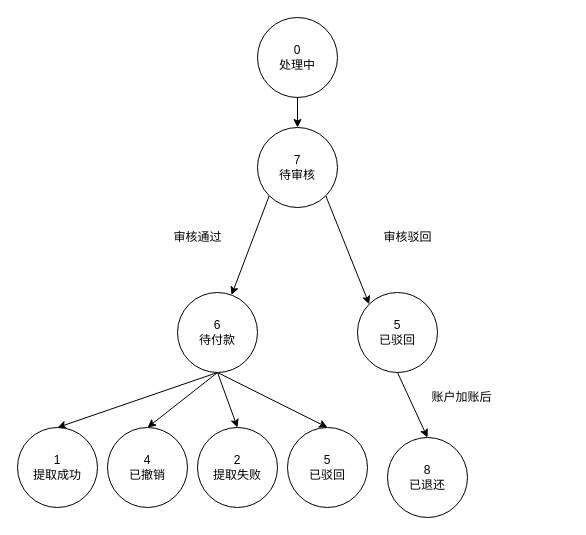
This is trade-deposit/提取单流转状态.drawio from erlieStar/diagrams, a draw.io file, before an edit. Source tidied: cells renumbered, new cells numbered last; positions are measured from the earlier drawing's top-left corner, leaving out a move shared by most shapes. Both pictures are drawn from the tidied source at 100%, with x=0, y=0 at pixel (17, 17).
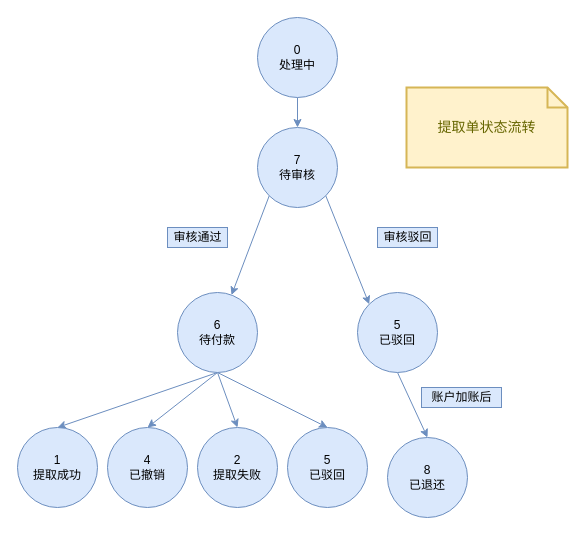
After the change.

Commit message (it also covers changes not shown here):
Update 提取单流转状态.drawio

Change to the diagram source:
```diff
@@
-    <mxCell id="2" style="edgeStyle=none;rounded=0;jettySize=auto;html=1;exitX=0.5;exitY=1;exitDx=0;exitDy=0;entryX=0.5;entryY=0;entryDx=0;entryDy=0;" parent="1" edge="1" source="3" target="6">
+    <mxCell id="2" style="edgeStyle=none;rounded=0;jettySize=auto;html=1;exitX=0.5;exitY=1;exitDx=0;exitDy=0;entryX=0.5;entryY=0;entryDx=0;entryDy=0;fillColor=#dae8fc;strokeColor=#6c8ebf;" parent="1" edge="1" source="3" target="6">
       <mxGeometry relative="1" as="geometry" />
     </mxCell>
-    <mxCell id="3" value="0&lt;br&gt;处理中" style="ellipse;whiteSpace=wrap;html=1;" parent="1" vertex="1">
+    <mxCell id="3" value="0&lt;br&gt;处理中" style="ellipse;whiteSpace=wrap;html=1;fillColor=#dae8fc;strokeColor=#6c8ebf;" parent="1" vertex="1">
       <mxGeometry x="240" width="80" height="80" as="geometry" />
     </mxCell>
-    <mxCell id="4" style="rounded=0;jettySize=auto;html=1;exitX=0;exitY=1;exitDx=0;exitDy=0;" parent="1" edge="1" source="6" target="11">
+    <mxCell id="4" style="rounded=0;jettySize=auto;html=1;exitX=0;exitY=1;exitDx=0;exitDy=0;fillColor=#dae8fc;strokeColor=#6c8ebf;" parent="1" edge="1" source="6" target="11">
       <mxGeometry relative="1" as="geometry" />
     </mxCell>
-    <mxCell id="5" style="edgeStyle=none;rounded=0;jettySize=auto;html=1;exitX=1;exitY=1;exitDx=0;exitDy=0;entryX=0;entryY=0;entryDx=0;entryDy=0;" parent="1" edge="1" source="6" target="14">
+    <mxCell id="5" style="edgeStyle=none;rounded=0;jettySize=auto;html=1;exitX=1;exitY=1;exitDx=0;exitDy=0;entryX=0;entryY=0;entryDx=0;entryDy=0;fillColor=#dae8fc;strokeColor=#6c8ebf;" parent="1" edge="1" source="6" target="14">
       <mxGeometry relative="1" as="geometry" />
     </mxCell>
-    <mxCell id="6" value="7&lt;br&gt;待审核" style="ellipse;whiteSpace=wrap;html=1;" parent="1" vertex="1">
+    <mxCell id="6" value="7&lt;br&gt;待审核" style="ellipse;whiteSpace=wrap;html=1;fillColor=#dae8fc;strokeColor=#6c8ebf;" parent="1" vertex="1">
       <mxGeometry x="240" y="110" width="80" height="80" as="geometry" />
     </mxCell>
-    <mxCell id="7" style="edgeStyle=none;rounded=0;jettySize=auto;html=1;exitX=0.5;exitY=1;exitDx=0;exitDy=0;entryX=0.5;entryY=0;entryDx=0;entryDy=0;" parent="1" edge="1" source="11" target="18">
+    <mxCell id="7" style="edgeStyle=none;rounded=0;jettySize=auto;html=1;exitX=0.5;exitY=1;exitDx=0;exitDy=0;entryX=0.5;entryY=0;entryDx=0;entryDy=0;fillColor=#dae8fc;strokeColor=#6c8ebf;" parent="1" edge="1" source="11" target="18">
       <mxGeometry relative="1" as="geometry" />
     </mxCell>
-    <mxCell id="8" style="edgeStyle=none;rounded=0;jettySize=auto;html=1;exitX=0.5;exitY=1;exitDx=0;exitDy=0;entryX=0.5;entryY=0;entryDx=0;entryDy=0;" parent="1" edge="1" source="11" target="19">
+    <mxCell id="8" style="edgeStyle=none;rounded=0;jettySize=auto;html=1;exitX=0.5;exitY=1;exitDx=0;exitDy=0;entryX=0.5;entryY=0;entryDx=0;entryDy=0;fillColor=#dae8fc;strokeColor=#6c8ebf;" parent="1" edge="1" source="11" target="19">
       <mxGeometry relative="1" as="geometry" />
     </mxCell>
-    <mxCell id="9" style="edgeStyle=none;rounded=0;jettySize=auto;html=1;exitX=0.5;exitY=1;exitDx=0;exitDy=0;entryX=0.5;entryY=0;entryDx=0;entryDy=0;" parent="1" edge="1" source="11" target="20">
+    <mxCell id="9" style="edgeStyle=none;rounded=0;jettySize=auto;html=1;exitX=0.5;exitY=1;exitDx=0;exitDy=0;entryX=0.5;entryY=0;entryDx=0;entryDy=0;fillColor=#dae8fc;strokeColor=#6c8ebf;" parent="1" edge="1" source="11" target="20">
       <mxGeometry relative="1" as="geometry" />
     </mxCell>
-    <mxCell id="10" style="edgeStyle=none;rounded=0;jettySize=auto;html=1;exitX=0.5;exitY=1;exitDx=0;exitDy=0;entryX=0.5;entryY=0;entryDx=0;entryDy=0;" parent="1" edge="1" source="11" target="21">
+    <mxCell id="10" style="edgeStyle=none;rounded=0;jettySize=auto;html=1;exitX=0.5;exitY=1;exitDx=0;exitDy=0;entryX=0.5;entryY=0;entryDx=0;entryDy=0;fillColor=#dae8fc;strokeColor=#6c8ebf;" parent="1" edge="1" source="11" target="21">
       <mxGeometry relative="1" as="geometry" />
     </mxCell>
-    <mxCell id="11" value="6&lt;br&gt;待付款" style="ellipse;whiteSpace=wrap;html=1;" parent="1" vertex="1">
+    <mxCell id="11" value="6&lt;br&gt;待付款" style="ellipse;whiteSpace=wrap;html=1;fillColor=#dae8fc;strokeColor=#6c8ebf;" parent="1" vertex="1">
       <mxGeometry x="160" y="275" width="80" height="80" as="geometry" />
     </mxCell>
-    <mxCell id="12" value="审核通过" style="text;html=1;align=center;verticalAlign=middle;strokeColor=none;" parent="1" vertex="1">
+    <mxCell id="12" value="审核通过" style="text;html=1;align=center;verticalAlign=middle;strokeColor=#6c8ebf;fillColor=#dae8fc;" parent="1" vertex="1">
       <mxGeometry x="150" y="210" width="60" height="20" as="geometry" />
     </mxCell>
-    <mxCell id="13" style="edgeStyle=none;rounded=0;jettySize=auto;html=1;exitX=0.5;exitY=1;exitDx=0;exitDy=0;entryX=0.5;entryY=0;entryDx=0;entryDy=0;" parent="1" edge="1" source="14" target="16">
+    <mxCell id="13" style="edgeStyle=none;rounded=0;jettySize=auto;html=1;exitX=0.5;exitY=1;exitDx=0;exitDy=0;entryX=0.5;entryY=0;entryDx=0;entryDy=0;fillColor=#dae8fc;strokeColor=#6c8ebf;" parent="1" edge="1" source="14" target="16">
       <mxGeometry relative="1" as="geometry" />
     </mxCell>
-    <mxCell id="14" value="5&lt;br&gt;已驳回" style="ellipse;whiteSpace=wrap;html=1;" parent="1" vertex="1">
+    <mxCell id="14" value="5&lt;br&gt;已驳回" style="ellipse;whiteSpace=wrap;html=1;fillColor=#dae8fc;strokeColor=#6c8ebf;" parent="1" vertex="1">
       <mxGeometry x="340" y="275" width="80" height="80" as="geometry" />
     </mxCell>
-    <mxCell id="15" value="审核驳回" style="text;html=1;align=center;verticalAlign=middle;strokeColor=none;" parent="1" vertex="1">
+    <mxCell id="15" value="审核驳回" style="text;html=1;align=center;verticalAlign=middle;strokeColor=#6c8ebf;fillColor=#dae8fc;" parent="1" vertex="1">
       <mxGeometry x="360" y="210" width="60" height="20" as="geometry" />
     </mxCell>
-    <mxCell id="16" value="8&lt;br&gt;已退还" style="ellipse;whiteSpace=wrap;html=1;" parent="1" vertex="1">
+    <mxCell id="16" value="8&lt;br&gt;已退还" style="ellipse;whiteSpace=wrap;html=1;fillColor=#dae8fc;strokeColor=#6c8ebf;" parent="1" vertex="1">
       <mxGeometry x="370" y="420" width="80" height="80" as="geometry" />
     </mxCell>
-    <mxCell id="17" value="账户加账后" style="text;html=1;align=center;verticalAlign=middle;strokeColor=none;" parent="1" vertex="1">
+    <mxCell id="17" value="账户加账后" style="text;html=1;align=center;verticalAlign=middle;strokeColor=#6c8ebf;fillColor=#dae8fc;" parent="1" vertex="1">
       <mxGeometry x="404" y="370" width="80" height="20" as="geometry" />
     </mxCell>
-    <mxCell id="18" value="1&lt;br&gt;提取成功" style="ellipse;whiteSpace=wrap;html=1;" parent="1" vertex="1">
+    <mxCell id="18" value="1&lt;br&gt;提取成功" style="ellipse;whiteSpace=wrap;html=1;fillColor=#dae8fc;strokeColor=#6c8ebf;" parent="1" vertex="1">
       <mxGeometry y="410" width="80" height="80" as="geometry" />
     </mxCell>
-    <mxCell id="19" value="4&lt;br&gt;已撤销" style="ellipse;whiteSpace=wrap;html=1;" parent="1" vertex="1">
+    <mxCell id="19" value="4&lt;br&gt;已撤销" style="ellipse;whiteSpace=wrap;html=1;fillColor=#dae8fc;strokeColor=#6c8ebf;" parent="1" vertex="1">
       <mxGeometry x="90" y="410" width="80" height="80" as="geometry" />
     </mxCell>
-    <mxCell id="20" value="2&lt;br&gt;提取失败" style="ellipse;whiteSpace=wrap;html=1;" parent="1" vertex="1">
+    <mxCell id="20" value="2&lt;br&gt;提取失败" style="ellipse;whiteSpace=wrap;html=1;fillColor=#dae8fc;strokeColor=#6c8ebf;" parent="1" vertex="1">
       <mxGeometry x="180" y="410" width="80" height="80" as="geometry" />
     </mxCell>
-    <mxCell id="21" value="5&lt;br&gt;已驳回" style="ellipse;whiteSpace=wrap;html=1;" parent="1" vertex="1">
+    <mxCell id="21" value="5&lt;br&gt;已驳回" style="ellipse;whiteSpace=wrap;html=1;fillColor=#dae8fc;strokeColor=#6c8ebf;" parent="1" vertex="1">
       <mxGeometry x="270" y="410" width="80" height="80" as="geometry" />
     </mxCell>
+    <mxCell id="22" value="提取单状态流转" style="shape=note;strokeWidth=2;fontSize=14;size=20;whiteSpace=wrap;html=1;fillColor=#fff2cc;strokeColor=#d6b656;fontColor=#666600;" parent="1" vertex="1">
+      <mxGeometry x="389" y="70" width="161" height="80" as="geometry" />
+    </mxCell>
```
